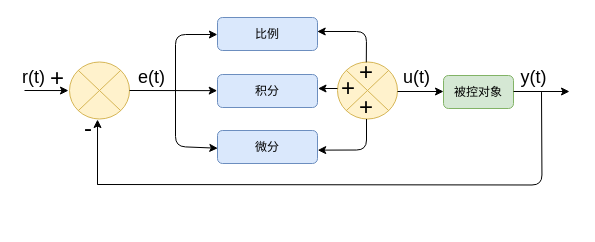
Above: draw01.drawio in madao101/draw (draw.io), before the change. Source tidied: cells renumbered, new cells numbered last; positions are measured from the earlier drawing's top-left corner, leaving out a move shared by most shapes. Both pictures are drawn from the tidied source at 100%, with x=0, y=0 at pixel (24, 17).
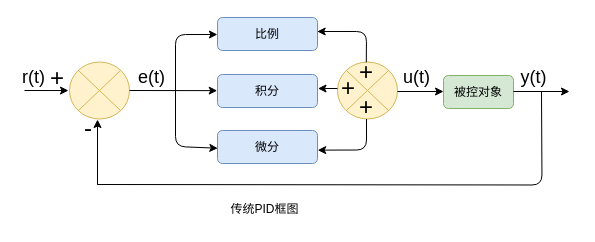
Above is the later version.

Change to the diagram source:
```diff
@@
+    <mxCell id="28" value="传统PID框图" style="text;strokeColor=none;align=center;fillColor=none;html=1;verticalAlign=middle;whiteSpace=wrap;rounded=0;" parent="1" vertex="1">
+      <mxGeometry x="142" y="177" width="197" height="30" as="geometry" />
+    </mxCell>
```
